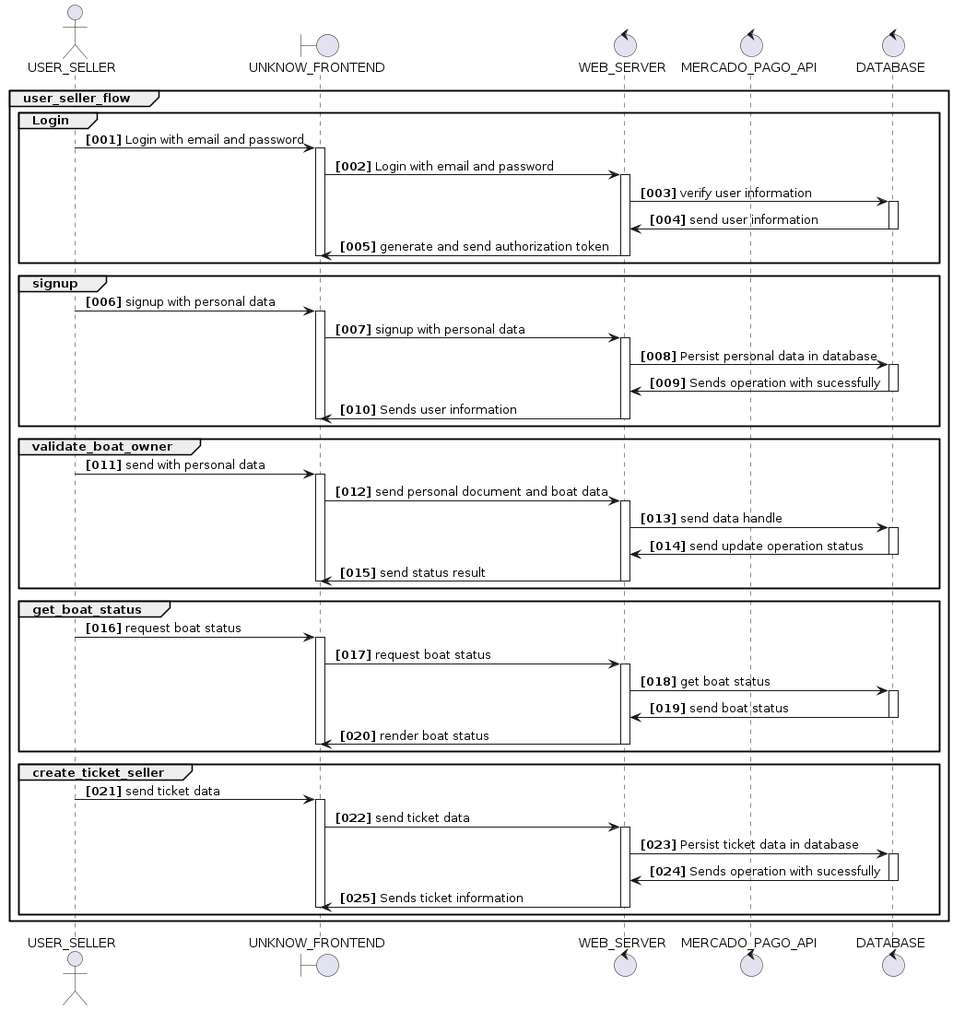
This is docs/sequence-diagram/unknow-user-seller-flow/unknow-user-sellet-flow.png from LucianoAjs/ticketsam, a PlantUML export, as it was before one commit.
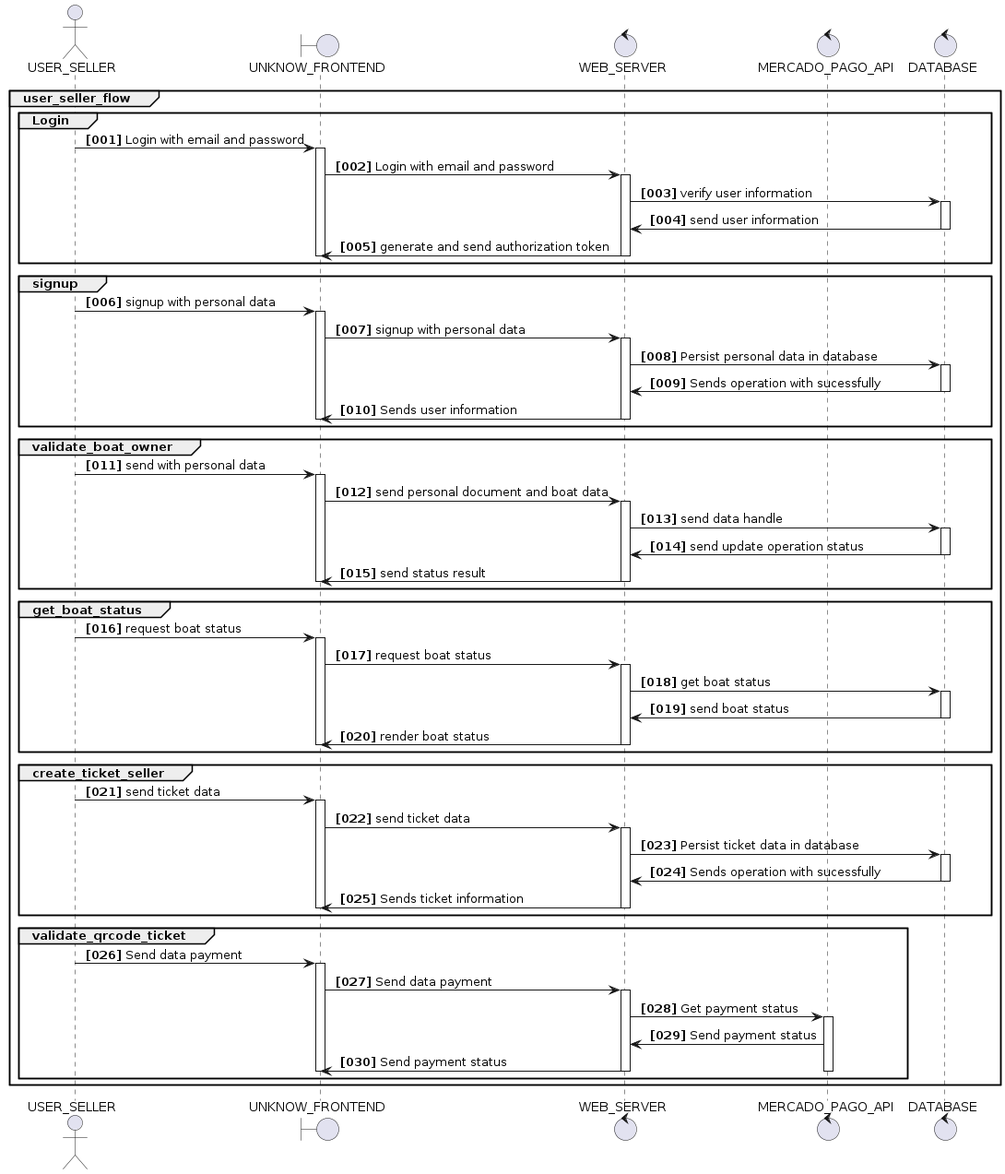
The same diagram one commit later.

The edit, as a diff of the source:
```diff
@@ -89,6 +89,20 @@
 
 
   end
+
+  group validate_qrcode_ticket
+    USER_SELLER -> UNKNOW_FRONTEND: Send data payment
+    activate UNKNOW_FRONTEND
+    UNKNOW_FRONTEND -> WEB_SERVER: Send data payment
+    activate WEB_SERVER
+    WEB_SERVER -> MERCADO_PAGO_API: Get payment status
+    activate MERCADO_PAGO_API
+    MERCADO_PAGO_API -> WEB_SERVER: Send payment status
+    WEB_SERVER -> UNKNOW_FRONTEND:  Send payment status
+    deactivate WEB_SERVER
+    deactivate UNKNOW_FRONTEND
+    deactivate MERCADO_PAGO_API
+  end
 end
 
 
```
